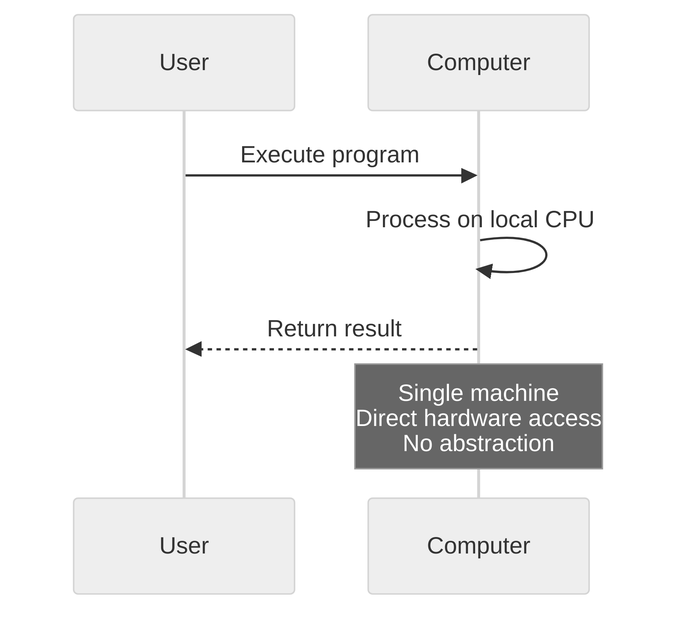
Before: blog/_media/diagrams/01-what-it-is.png, a diagram exported from Mermaid (Piotr1215/cloudrumble). Its source is kept beside it as blog/_media/diagrams/01-what-it-is.mmd.
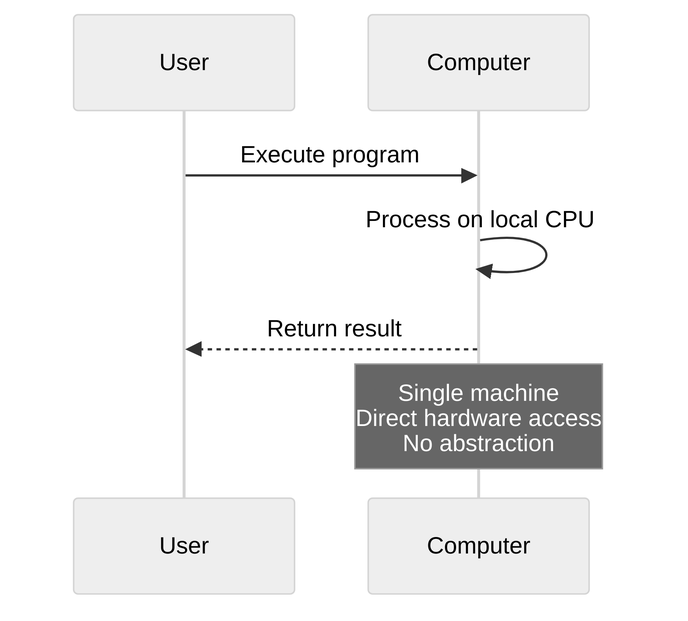
The same diagram one commit later.

Change to the diagram source:
```diff
@@ -1,3 +1,4 @@
+%%{init: {"theme": "neutral", "themeVariables": {"signalTextColor": "#000", "edgeLabelBackground": "#f5f5f5", "actorTextColor": "#000"}}}%%
 sequenceDiagram
     participant User
     participant Computer
```
